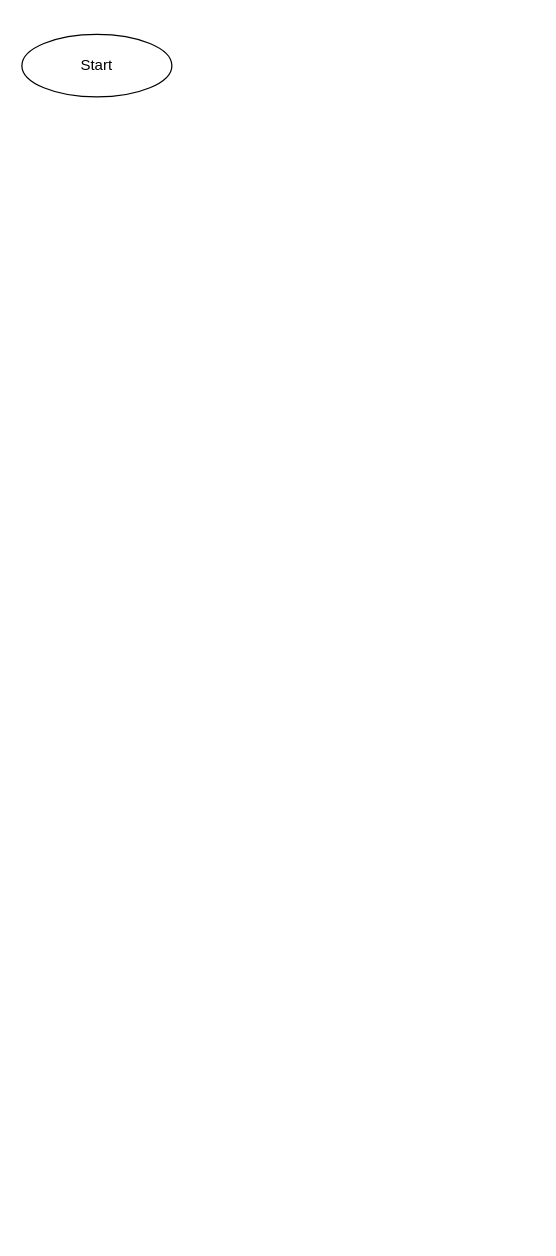
This is page "Exercise 1" (1 of 6) of qwe.drawio from Alex20nty/HomeWork3, a draw.io file, before an edit. Source tidied: cells renumbered, new cells numbered last; positions are measured from the earlier drawing's top-left corner, leaving out a move shared by most shapes. Both pictures are drawn from the tidied source at 125%, with x=0, y=0 at pixel (21, 34).
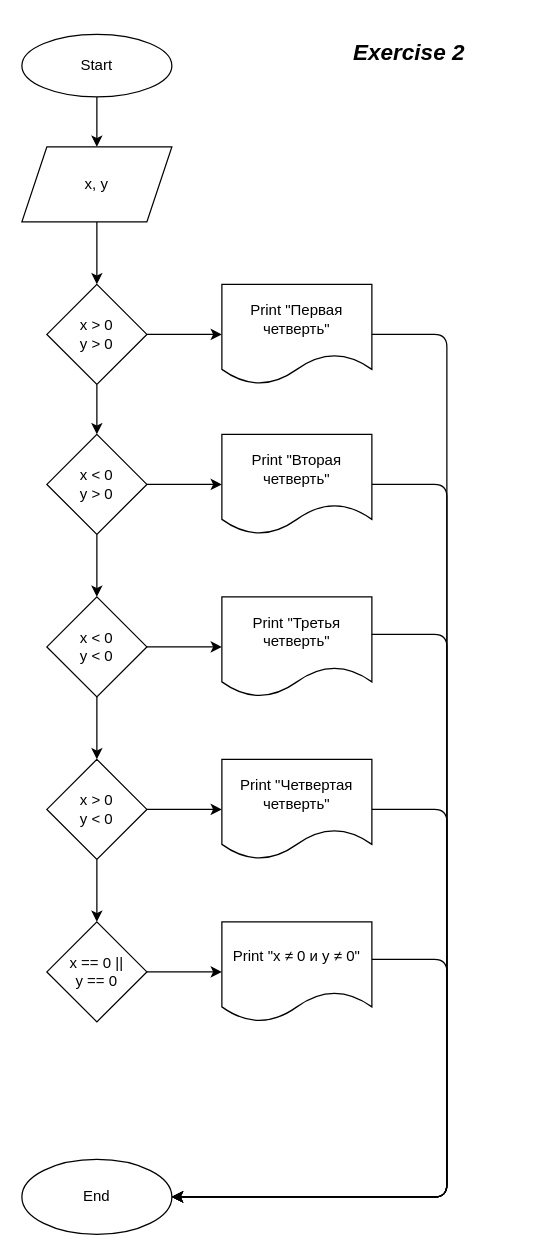
The same diagram, later.

Commit message (it also covers changes not shown here):
Add Block Diagrams

The change refers to these unchanged cells:
```xml
<mxCell id="2" value="Start" style="ellipse;whiteSpace=wrap;html=1;" parent="1" vertex="1">
  <mxGeometry width="120" height="50" as="geometry" />
</mxCell>
```

Change to the diagram source:
```diff
@@
+    <mxCell id="3" style="edgeStyle=none;html=1;" parent="1" edge="1" source="2" target="5">
+      <mxGeometry relative="1" as="geometry" />
+    </mxCell>
@@
+    <mxCell id="4" style="edgeStyle=none;html=1;" parent="1" edge="1" source="5" target="8">
+      <mxGeometry relative="1" as="geometry" />
+    </mxCell>
+    <mxCell id="5" value="x, y" style="shape=parallelogram;perimeter=parallelogramPerimeter;whiteSpace=wrap;html=1;fixedSize=1;" parent="1" vertex="1">
+      <mxGeometry y="90" width="120" height="60" as="geometry" />
+    </mxCell>
+    <mxCell id="6" style="edgeStyle=none;html=1;" parent="1" edge="1" source="8" target="9">
+      <mxGeometry relative="1" as="geometry" />
+    </mxCell>
+    <mxCell id="7" style="edgeStyle=none;html=1;" parent="1" edge="1" source="8" target="12">
+      <mxGeometry relative="1" as="geometry" />
+    </mxCell>
+    <mxCell id="8" value="x &amp;gt; 0&lt;br&gt;y &amp;gt; 0" style="rhombus;whiteSpace=wrap;html=1;" parent="1" vertex="1">
+      <mxGeometry x="20" y="200" width="80" height="80" as="geometry" />
+    </mxCell>
+    <mxCell id="9" value="Print &quot;Первая четверть&quot;" style="shape=document;whiteSpace=wrap;html=1;boundedLbl=1;" parent="1" vertex="1">
+      <mxGeometry x="160" y="200" width="120" height="80" as="geometry" />
+    </mxCell>
+    <mxCell id="10" style="edgeStyle=none;html=1;" parent="1" edge="1" source="12" target="14">
+      <mxGeometry relative="1" as="geometry" />
+    </mxCell>
+    <mxCell id="11" style="edgeStyle=none;html=1;" parent="1" edge="1" source="12" target="17">
+      <mxGeometry relative="1" as="geometry" />
+    </mxCell>
+    <mxCell id="12" value="x &amp;lt; 0&lt;br&gt;y &amp;gt; 0" style="rhombus;whiteSpace=wrap;html=1;" parent="1" vertex="1">
+      <mxGeometry x="20" y="320" width="80" height="80" as="geometry" />
+    </mxCell>
+    <mxCell id="13" style="edgeStyle=none;html=1;exitX=1;exitY=0.5;exitDx=0;exitDy=0;" parent="1" edge="1" source="14" target="26">
+      <mxGeometry relative="1" as="geometry">
+        <Array as="points">
+          <mxPoint x="340" y="360" />
+          <mxPoint x="340" y="930" />
+        </Array>
+      </mxGeometry>
+    </mxCell>
+    <mxCell id="14" value="&lt;span&gt;Print &quot;Вторая четверть&quot;&lt;/span&gt;" style="shape=document;whiteSpace=wrap;html=1;boundedLbl=1;" parent="1" vertex="1">
+      <mxGeometry x="160" y="320" width="120" height="80" as="geometry" />
+    </mxCell>
+    <mxCell id="15" style="edgeStyle=none;html=1;" parent="1" edge="1" source="17" target="18">
+      <mxGeometry relative="1" as="geometry" />
+    </mxCell>
+    <mxCell id="16" style="edgeStyle=none;html=1;" parent="1" edge="1" source="17" target="21">
+      <mxGeometry relative="1" as="geometry" />
+    </mxCell>
+    <mxCell id="17" value="x &amp;lt; 0&lt;br&gt;y &amp;lt; 0" style="rhombus;whiteSpace=wrap;html=1;" parent="1" vertex="1">
+      <mxGeometry x="20" y="450" width="80" height="80" as="geometry" />
+    </mxCell>
+    <mxCell id="18" value="&lt;span&gt;Print &quot;Третья четверть&quot;&lt;/span&gt;" style="shape=document;whiteSpace=wrap;html=1;boundedLbl=1;" parent="1" vertex="1">
+      <mxGeometry x="160" y="450" width="120" height="80" as="geometry" />
+    </mxCell>
+    <mxCell id="19" style="edgeStyle=none;html=1;" parent="1" edge="1" source="21" target="22">
+      <mxGeometry relative="1" as="geometry" />
+    </mxCell>
+    <mxCell id="20" style="edgeStyle=none;html=1;" parent="1" edge="1" source="21" target="24">
+      <mxGeometry relative="1" as="geometry" />
+    </mxCell>
+    <mxCell id="21" value="x &amp;gt; 0&lt;br&gt;y &amp;lt; 0" style="rhombus;whiteSpace=wrap;html=1;" parent="1" vertex="1">
+      <mxGeometry x="20" y="580" width="80" height="80" as="geometry" />
+    </mxCell>
+    <mxCell id="22" value="&lt;span&gt;Print &quot;Четвертая четверть&quot;&lt;/span&gt;" style="shape=document;whiteSpace=wrap;html=1;boundedLbl=1;" parent="1" vertex="1">
+      <mxGeometry x="160" y="580" width="120" height="80" as="geometry" />
+    </mxCell>
+    <mxCell id="23" style="edgeStyle=none;html=1;" parent="1" edge="1" source="24" target="25">
+      <mxGeometry relative="1" as="geometry" />
+    </mxCell>
+    <mxCell id="24" value="x == 0 || &lt;br&gt;y == 0" style="rhombus;whiteSpace=wrap;html=1;" parent="1" vertex="1">
+      <mxGeometry x="20" y="710" width="80" height="80" as="geometry" />
+    </mxCell>
+    <mxCell id="25" value="&lt;span&gt;Print &quot;x ≠ 0 и y ≠ 0&quot;&lt;/span&gt;" style="shape=document;whiteSpace=wrap;html=1;boundedLbl=1;" parent="1" vertex="1">
+      <mxGeometry x="160" y="710" width="120" height="80" as="geometry" />
+    </mxCell>
+    <mxCell id="26" value="End" style="ellipse;whiteSpace=wrap;html=1;" parent="1" vertex="1">
+      <mxGeometry y="900" width="120" height="60" as="geometry" />
+    </mxCell>
+    <mxCell id="27" style="endArrow=classic;html=1;exitX=1;exitY=0.5;exitDx=0;exitDy=0;entryX=1;entryY=0.5;entryDx=0;entryDy=0;" parent="1" edge="1" source="9" target="26">
+      <mxGeometry relative="1" as="geometry">
+        <Array as="points">
+          <mxPoint x="340" y="240" />
+          <mxPoint x="340" y="930" />
+        </Array>
+      </mxGeometry>
+    </mxCell>
+    <mxCell id="28" style="endArrow=classic;html=1;exitX=1;exitY=0.5;exitDx=0;exitDy=0;entryX=1;entryY=0.5;entryDx=0;entryDy=0;" parent="1" edge="1" target="26">
+      <mxGeometry relative="1" as="geometry">
+        <mxPoint x="280" y="480" as="sourcePoint" />
+        <Array as="points">
+          <mxPoint x="340" y="480" />
+          <mxPoint x="340" y="930" />
+        </Array>
+      </mxGeometry>
+    </mxCell>
+    <mxCell id="29" style="endArrow=classic;html=1;exitX=1;exitY=0.5;exitDx=0;exitDy=0;entryX=1;entryY=0.5;entryDx=0;entryDy=0;" parent="1" edge="1" target="26">
+      <mxGeometry relative="1" as="geometry">
+        <mxPoint x="280" y="620" as="sourcePoint" />
+        <Array as="points">
+          <mxPoint x="340" y="620" />
+          <mxPoint x="340" y="930" />
+        </Array>
+      </mxGeometry>
+    </mxCell>
+    <mxCell id="30" style="endArrow=classic;html=1;exitX=1;exitY=0.5;exitDx=0;exitDy=0;entryX=1;entryY=0.5;entryDx=0;entryDy=0;" parent="1" edge="1" target="26">
+      <mxGeometry relative="1" as="geometry">
+        <mxPoint x="280" y="740" as="sourcePoint" />
+        <Array as="points">
+          <mxPoint x="340" y="740" />
+          <mxPoint x="340" y="930" />
+        </Array>
+      </mxGeometry>
+    </mxCell>
+    <mxCell id="31" value="&lt;font style=&quot;font-size: 18px&quot;&gt;&lt;b&gt;&lt;i&gt;Exercise 2&lt;/i&gt;&lt;/b&gt;&lt;/font&gt;" style="text;html=1;strokeColor=none;fillColor=none;align=center;verticalAlign=middle;whiteSpace=wrap;rounded=0;" parent="1" vertex="1">
+      <mxGeometry x="210" y="-10" width="200" height="50" as="geometry" />
+    </mxCell>
```
